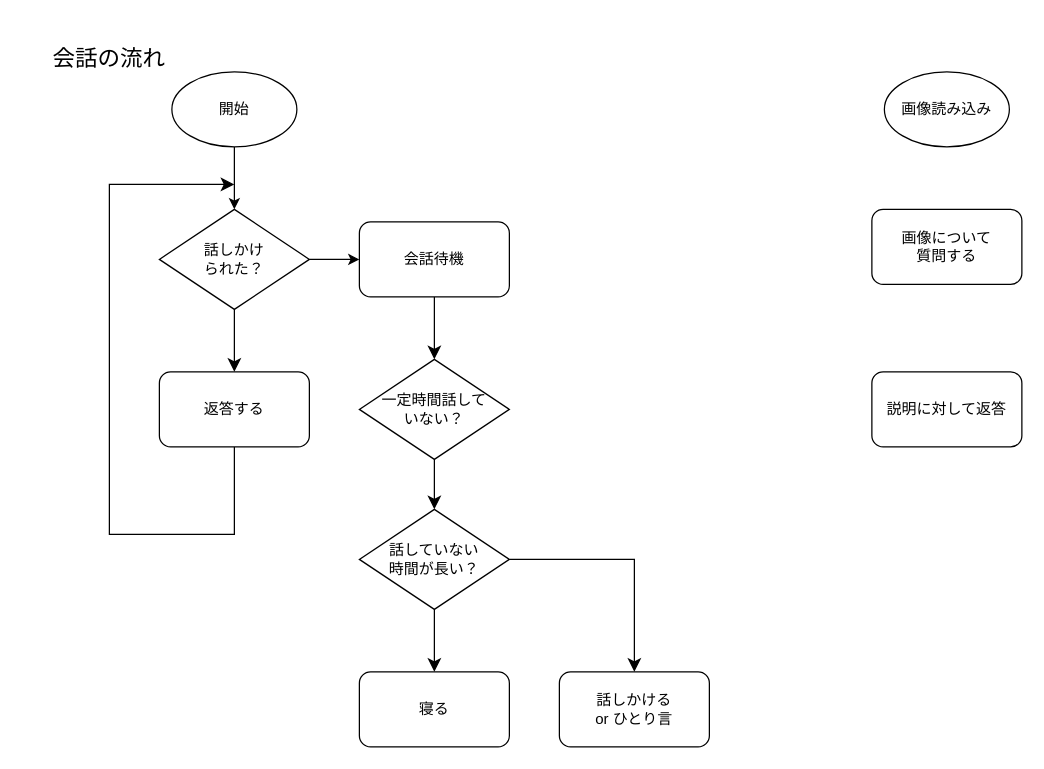
This is documents/アプリ仕様.drawio from Theme-Research-org/kadai_kenkyu-, a draw.io file, before an edit. Source tidied: cells renumbered, new cells numbered last; positions are measured from the earlier drawing's top-left corner, leaving out a move shared by most shapes. Both pictures are drawn from the tidied source at 125%, with x=0, y=0 at pixel (21, 21).
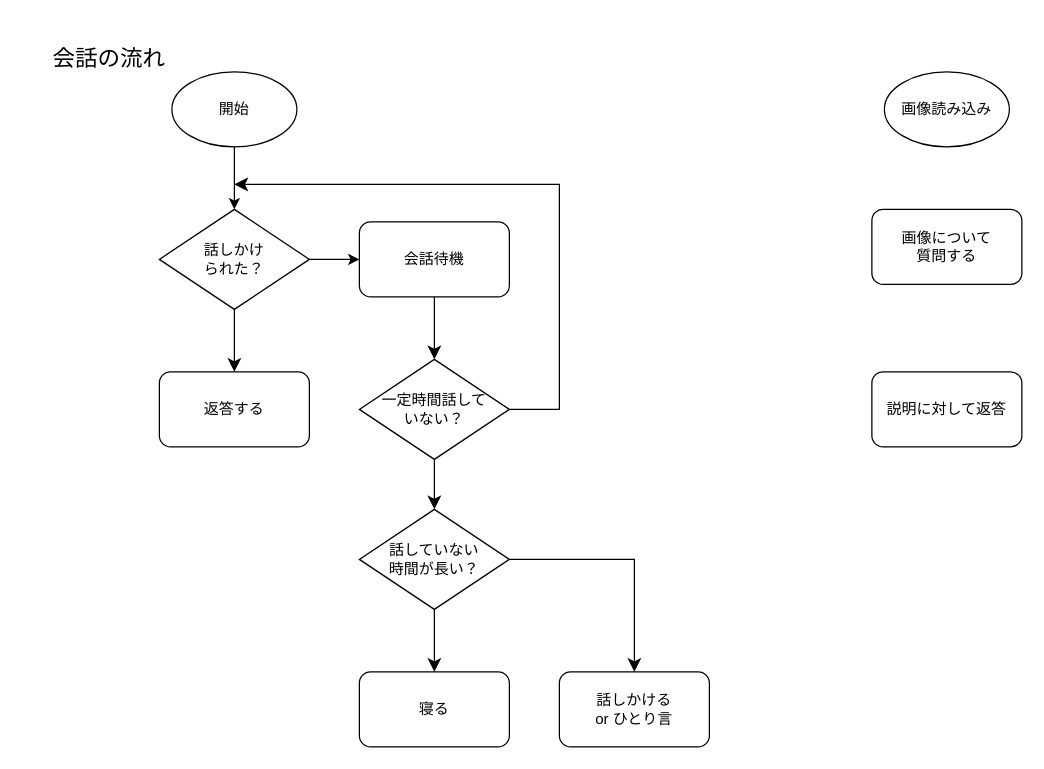
Above is the later version.

Commit message:
アプリ仕様.drawio を更新します

The change refers to these unchanged cells:
```xml
<mxCell id="3" value="返答する" style="rounded=1;whiteSpace=wrap;html=1;" parent="1" vertex="1">
  <mxGeometry x="110" y="280" width="120" height="60" as="geometry" />
</mxCell>
<mxCell id="16" value="一定時間&lt;span style=&quot;background-color: initial;&quot;&gt;話して&lt;/span&gt;&lt;div&gt;&lt;span style=&quot;background-color: initial;&quot;&gt;いない？&lt;/span&gt;&lt;/div&gt;" style="rhombus;whiteSpace=wrap;html=1;" parent="1" vertex="1">
  <mxGeometry x="270" y="270" width="120" height="80" as="geometry" />
</mxCell>
```

Diff of the diagram source:
```diff
@@
-    <mxCell id="14" style="edgeStyle=segmentEdgeStyle;endArrow=classic;html=1;curved=0;rounded=0;endSize=8;startSize=8;sourcePerimeterSpacing=0;targetPerimeterSpacing=0;fontSize=12;exitX=0.5;exitY=1;exitDx=0;exitDy=0;" parent="1" edge="1" source="3">
-      <mxGeometry relative="1" as="geometry">
-        <mxPoint x="170" y="130" as="targetPoint" />
-        <Array as="points">
-          <mxPoint x="170" y="410" />
-          <mxPoint x="70" y="410" />
-          <mxPoint x="70" y="130" />
-        </Array>
-      </mxGeometry>
-    </mxCell>
@@
+    <mxCell id="22" style="edgeStyle=segmentEdgeStyle;endArrow=classic;html=1;curved=0;rounded=0;endSize=8;startSize=8;sourcePerimeterSpacing=0;targetPerimeterSpacing=0;fontSize=12;exitX=1;exitY=0.5;exitDx=0;exitDy=0;" parent="1" edge="1" source="16">
+      <mxGeometry relative="1" as="geometry">
+        <mxPoint x="170" y="130" as="targetPoint" />
+        <Array as="points">
+          <mxPoint x="430" y="310" />
+          <mxPoint x="430" y="130" />
+          <mxPoint x="280" y="130" />
+        </Array>
+      </mxGeometry>
+    </mxCell>
```
